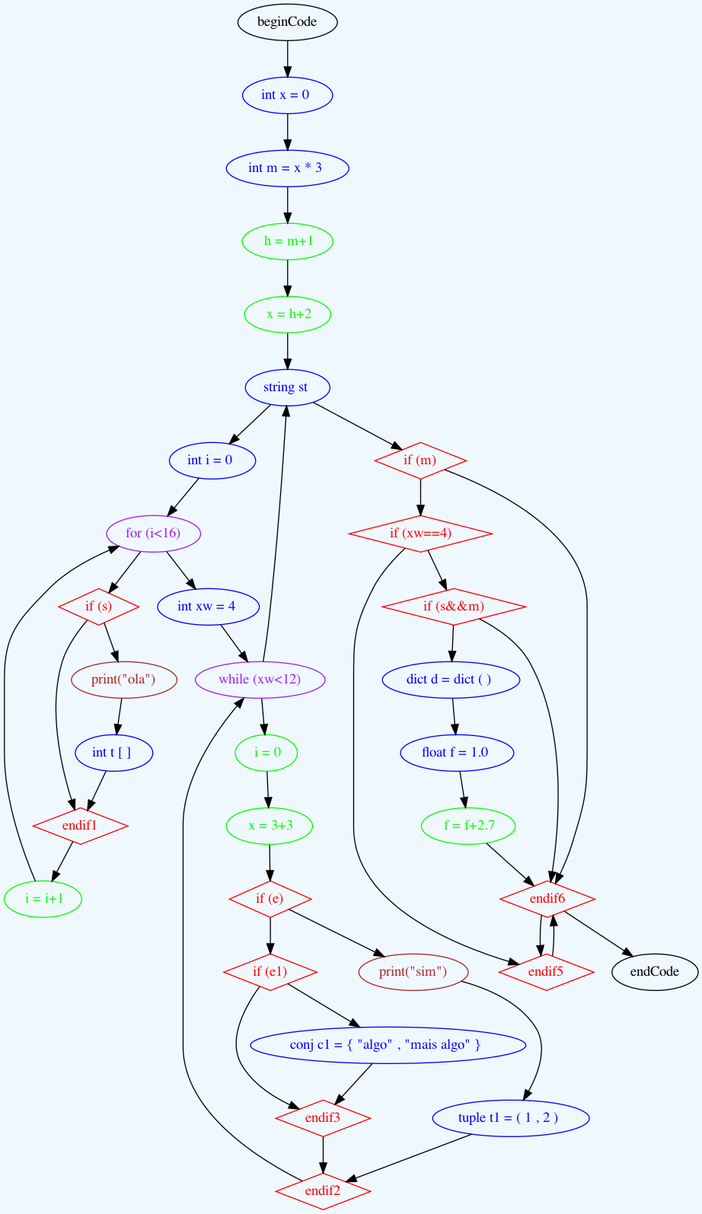
The Graphviz diagram TP3/doctest-output/grammar.gv.png in saracqueiros/EG22, before a commit. Its source is kept beside it as TP3/doctest-output/grammar.gv.
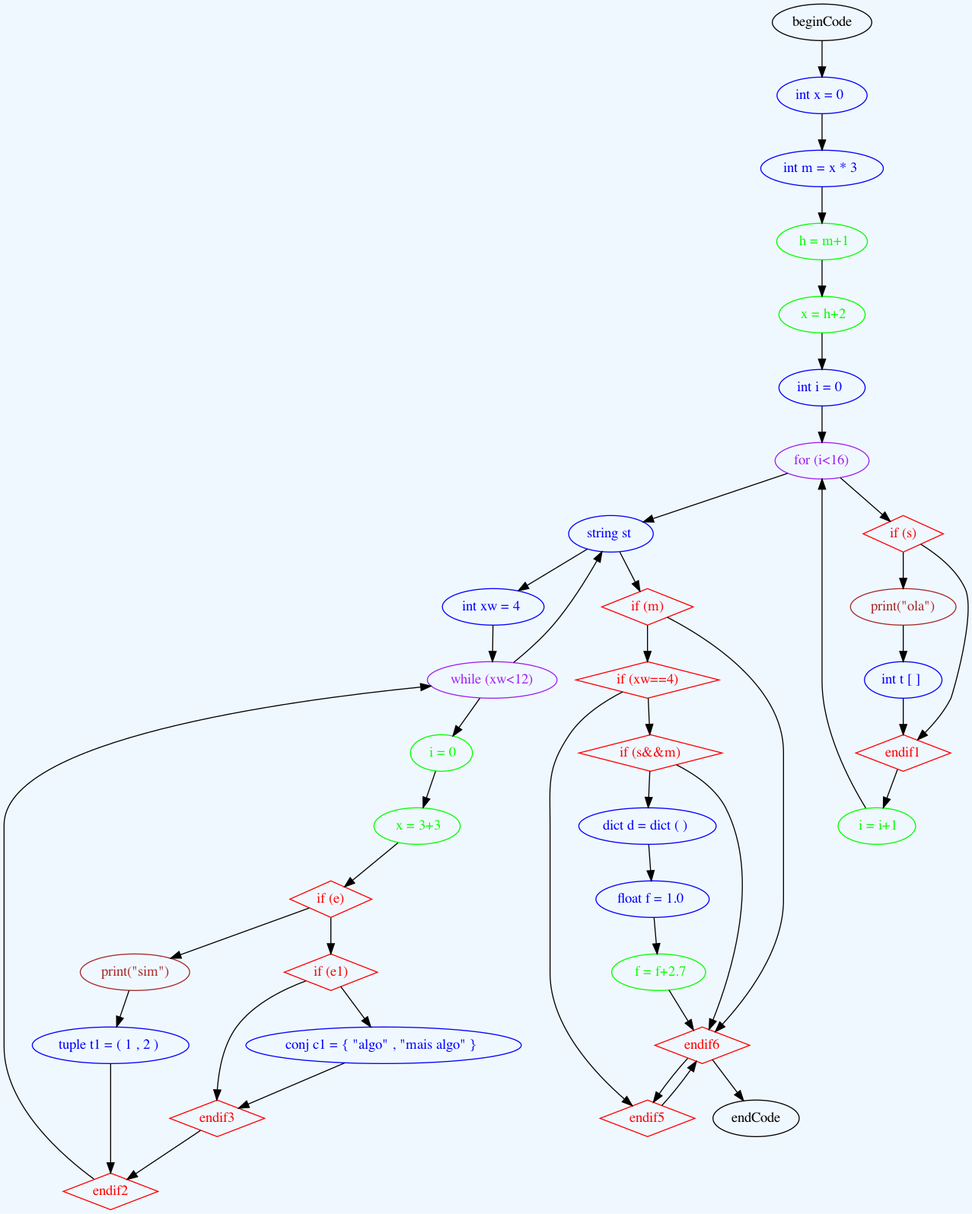
Later version of the same file.

The edit, as a diff of the source:
```diff
@@ -8,10 +8,8 @@
 	"int m = x * 3 " -> " h = m+1"
 	" x = h+2" [color=green fontcolor=green]
 	" h = m+1" -> " x = h+2"
-	"string st " [color=blue fontcolor=blue]
-	" x = h+2" -> "string st "
 	"int i = 0 " [color=blue fontcolor=blue]
-	"string st " -> "int i = 0 "
+	" x = h+2" -> "int i = 0 "
 	"for (i<16)" [color=purple fontcolor=purple]
 	"int i = 0 " -> "for (i<16)"
 	" i = i+1" [color=green fontcolor=green]
@@ -27,8 +25,10 @@
 	endif1 [color=red fontcolor=red shape=diamond]
 	"if (s)" -> endif1
 	endif1 -> " i = i+1"
+	"string st " [color=blue fontcolor=blue]
+	"for (i<16)" -> "string st "
 	"int xw = 4 " [color=blue fontcolor=blue]
-	"for (i<16)" -> "int xw = 4 "
+	"string st " -> "int xw = 4 "
 	"while (xw<12)" [color=purple fontcolor=purple]
 	"int xw = 4 " -> "while (xw<12)"
 	" i = 0" [color=green fontcolor=green]
```
